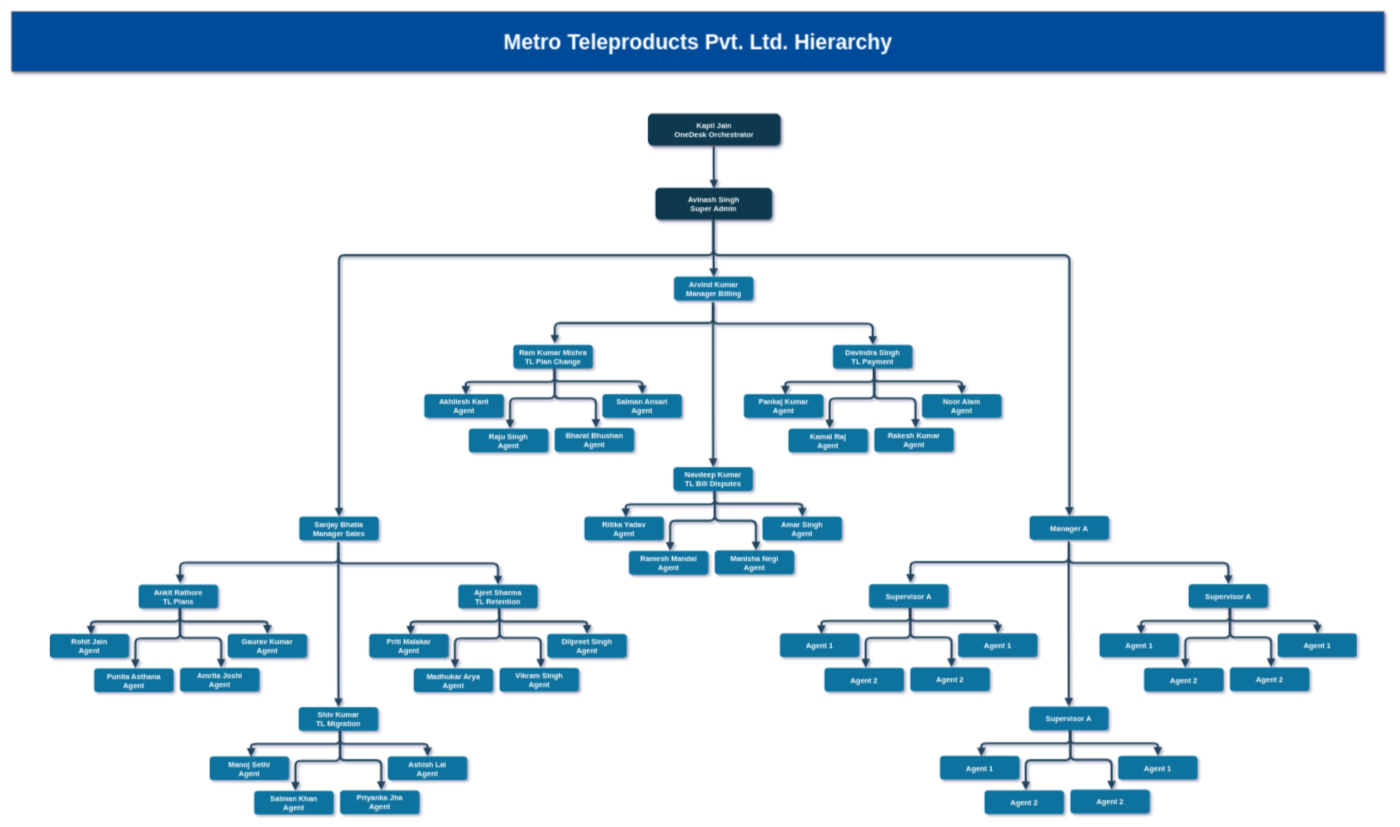
The draw.io diagram page "Metro Teleproducts Pvt. Ltd. Hierarchy" (2 of 8) of User her.drawio in Rakholia1842/ERDiagram, before the edit. Source tidied: cells renumbered, new cells numbered last; positions are measured from the earlier drawing's top-left corner, leaving out a move shared by most shapes. Both pictures are drawn from the tidied source at 53%, with x=0, y=0 at pixel (11, 11).
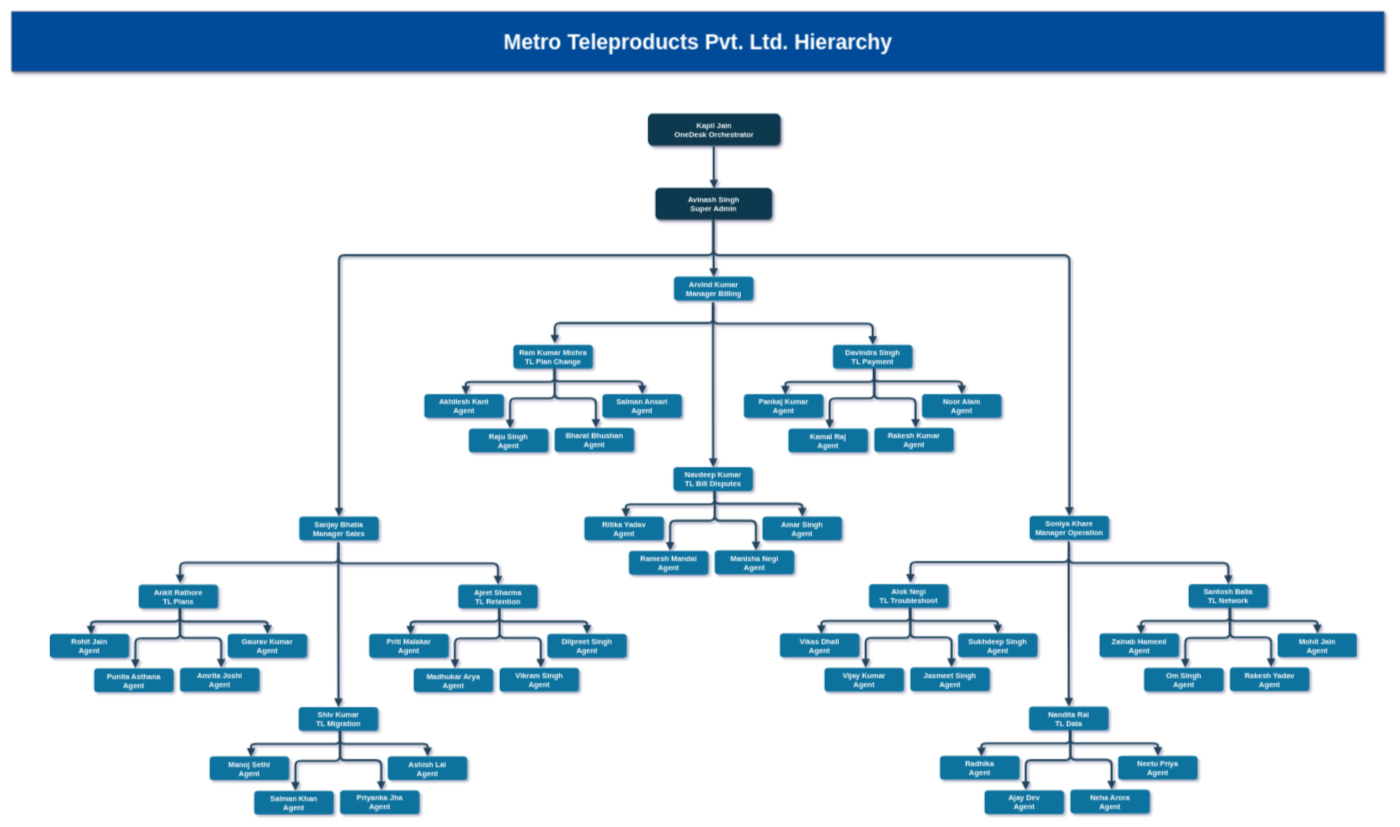
The same diagram, later.

Diff of the diagram source:
```diff
@@
-    <mxCell id="72" value="Agent 2" style="rounded=1;fillColor=#10739E;strokeColor=none;shadow=0;gradientColor=none;fontStyle=1;fontColor=#FFFFFF;fontSize=14;verticalAlign=middle;" parent="1" vertex="1">
+    <mxCell id="72" value="Vijay Kumar&#10;Agent" style="rounded=1;fillColor=#10739E;strokeColor=none;shadow=0;gradientColor=none;fontStyle=1;fontColor=#FFFFFF;fontSize=14;verticalAlign=middle;" parent="1" vertex="1">
       <mxGeometry x="1534" y="1238.5" width="150" height="45" as="geometry" />
     </mxCell>
-    <mxCell id="73" value="Supervisor A" style="rounded=1;fillColor=#10739E;strokeColor=none;shadow=0;gradientColor=none;fontStyle=1;fontColor=#FFFFFF;fontSize=14;verticalAlign=middle;" parent="1" vertex="1">
+    <mxCell id="73" value="Alok Negi&#10;TL Troubleshoot" style="rounded=1;fillColor=#10739E;strokeColor=none;shadow=0;gradientColor=none;fontStyle=1;fontColor=#FFFFFF;fontSize=14;verticalAlign=middle;" parent="1" vertex="1">
       <mxGeometry x="1618" y="1080.5" width="150" height="45" as="geometry" />
     </mxCell>
@@
-    <mxCell id="75" value="Manager A" style="rounded=1;fillColor=#10739E;strokeColor=none;shadow=0;gradientColor=none;fontStyle=1;fontColor=#FFFFFF;fontSize=14;verticalAlign=middle;" parent="1" vertex="1">
+    <mxCell id="75" value="Soniya Khare&#10;Manager Operation" style="rounded=1;fillColor=#10739E;strokeColor=none;shadow=0;gradientColor=none;fontStyle=1;fontColor=#FFFFFF;fontSize=14;verticalAlign=middle;" parent="1" vertex="1">
       <mxGeometry x="1921" y="952" width="150" height="45" as="geometry" />
     </mxCell>
@@
-    <mxCell id="77" value="Agent 1" style="rounded=1;fillColor=#10739E;strokeColor=none;shadow=0;gradientColor=none;fontStyle=1;fontColor=#FFFFFF;fontSize=14;verticalAlign=middle;" parent="1" vertex="1">
+    <mxCell id="77" value="Vikas Dhall&#10;Agent" style="rounded=1;fillColor=#10739E;strokeColor=none;shadow=0;gradientColor=none;fontStyle=1;fontColor=#FFFFFF;fontSize=14;verticalAlign=middle;" parent="1" vertex="1">
       <mxGeometry x="1450" y="1173.5" width="150" height="45" as="geometry" />
     </mxCell>
@@
-    <mxCell id="80" value="Agent 1" style="rounded=1;fillColor=#10739E;strokeColor=none;shadow=0;gradientColor=none;fontStyle=1;fontColor=#FFFFFF;fontSize=14;verticalAlign=middle;" parent="1" vertex="1">
+    <mxCell id="80" value="Sukhdeep Singh&#10;Agent" style="rounded=1;fillColor=#10739E;strokeColor=none;shadow=0;gradientColor=none;fontStyle=1;fontColor=#FFFFFF;fontSize=14;verticalAlign=middle;" parent="1" vertex="1">
       <mxGeometry x="1786" y="1173.5" width="150" height="45" as="geometry" />
     </mxCell>
-    <mxCell id="81" value="Agent 2" style="rounded=1;fillColor=#10739E;strokeColor=none;shadow=0;gradientColor=none;fontStyle=1;fontColor=#FFFFFF;fontSize=14;verticalAlign=middle;" parent="1" vertex="1">
+    <mxCell id="81" value="Jasmeet Singh&#10;Agent " style="rounded=1;fillColor=#10739E;strokeColor=none;shadow=0;gradientColor=none;fontStyle=1;fontColor=#FFFFFF;fontSize=14;verticalAlign=middle;" parent="1" vertex="1">
       <mxGeometry x="1696" y="1237.5" width="150" height="45" as="geometry" />
     </mxCell>
@@
-    <mxCell id="83" value="Agent 2" style="rounded=1;fillColor=#10739E;strokeColor=none;shadow=0;gradientColor=none;fontStyle=1;fontColor=#FFFFFF;fontSize=14;verticalAlign=middle;" parent="1" vertex="1">
+    <mxCell id="83" value="Ajay Dev&#10;Agent" style="rounded=1;fillColor=#10739E;strokeColor=none;shadow=0;gradientColor=none;fontStyle=1;fontColor=#FFFFFF;fontSize=14;verticalAlign=middle;" parent="1" vertex="1">
       <mxGeometry x="1836" y="1469.5" width="150" height="45" as="geometry" />
     </mxCell>
-    <mxCell id="84" value="Supervisor A" style="rounded=1;fillColor=#10739E;strokeColor=none;shadow=0;gradientColor=none;fontStyle=1;fontColor=#FFFFFF;fontSize=14;verticalAlign=middle;" parent="1" vertex="1">
+    <mxCell id="84" value="Nandita Rai&#10;TL Data" style="rounded=1;fillColor=#10739E;strokeColor=none;shadow=0;gradientColor=none;fontStyle=1;fontColor=#FFFFFF;fontSize=14;verticalAlign=middle;" parent="1" vertex="1">
       <mxGeometry x="1920" y="1311.5" width="150" height="45" as="geometry" />
     </mxCell>
@@
-    <mxCell id="86" value="Agent 1" style="rounded=1;fillColor=#10739E;strokeColor=none;shadow=0;gradientColor=none;fontStyle=1;fontColor=#FFFFFF;fontSize=14;verticalAlign=middle;" parent="1" vertex="1">
+    <mxCell id="86" value="Radhika&#10;Agent" style="rounded=1;fillColor=#10739E;strokeColor=none;shadow=0;gradientColor=none;fontStyle=1;fontColor=#FFFFFF;fontSize=14;verticalAlign=middle;" parent="1" vertex="1">
       <mxGeometry x="1752" y="1404.5" width="150" height="45" as="geometry" />
     </mxCell>
@@
-    <mxCell id="89" value="Agent 1" style="rounded=1;fillColor=#10739E;strokeColor=none;shadow=0;gradientColor=none;fontStyle=1;fontColor=#FFFFFF;fontSize=14;verticalAlign=middle;" parent="1" vertex="1">
+    <mxCell id="89" value="Neetu Priya&#10;Agent" style="rounded=1;fillColor=#10739E;strokeColor=none;shadow=0;gradientColor=none;fontStyle=1;fontColor=#FFFFFF;fontSize=14;verticalAlign=middle;" parent="1" vertex="1">
       <mxGeometry x="2088" y="1404.5" width="150" height="45" as="geometry" />
     </mxCell>
-    <mxCell id="90" value="Agent 2" style="rounded=1;fillColor=#10739E;strokeColor=none;shadow=0;gradientColor=none;fontStyle=1;fontColor=#FFFFFF;fontSize=14;verticalAlign=middle;" parent="1" vertex="1">
+    <mxCell id="90" value="Neha Arora&#10;Agent" style="rounded=1;fillColor=#10739E;strokeColor=none;shadow=0;gradientColor=none;fontStyle=1;fontColor=#FFFFFF;fontSize=14;verticalAlign=middle;" parent="1" vertex="1">
       <mxGeometry x="1998" y="1468.5" width="150" height="45" as="geometry" />
     </mxCell>
@@
-    <mxCell id="92" value="Agent 2" style="rounded=1;fillColor=#10739E;strokeColor=none;shadow=0;gradientColor=none;fontStyle=1;fontColor=#FFFFFF;fontSize=14;verticalAlign=middle;" parent="1" vertex="1">
+    <mxCell id="92" value="Om Singh&#10;Agent" style="rounded=1;fillColor=#10739E;strokeColor=none;shadow=0;gradientColor=none;fontStyle=1;fontColor=#FFFFFF;fontSize=14;verticalAlign=middle;" parent="1" vertex="1">
       <mxGeometry x="2137" y="1238.5" width="150" height="45" as="geometry" />
     </mxCell>
-    <mxCell id="93" value="Supervisor A" style="rounded=1;fillColor=#10739E;strokeColor=none;shadow=0;gradientColor=none;fontStyle=1;fontColor=#FFFFFF;fontSize=14;verticalAlign=middle;" parent="1" vertex="1">
+    <mxCell id="93" value="Santosh Balia&#10;TL Network" style="rounded=1;fillColor=#10739E;strokeColor=none;shadow=0;gradientColor=none;fontStyle=1;fontColor=#FFFFFF;fontSize=14;verticalAlign=middle;" parent="1" vertex="1">
       <mxGeometry x="2221" y="1080.5" width="150" height="45" as="geometry" />
     </mxCell>
@@
-    <mxCell id="95" value="Agent 1" style="rounded=1;fillColor=#10739E;strokeColor=none;shadow=0;gradientColor=none;fontStyle=1;fontColor=#FFFFFF;fontSize=14;verticalAlign=middle;" parent="1" vertex="1">
+    <mxCell id="95" value="Zainab Hameed&#10;Agent" style="rounded=1;fillColor=#10739E;strokeColor=none;shadow=0;gradientColor=none;fontStyle=1;fontColor=#FFFFFF;fontSize=14;verticalAlign=middle;" parent="1" vertex="1">
       <mxGeometry x="2053" y="1173.5" width="150" height="45" as="geometry" />
     </mxCell>
@@
-    <mxCell id="98" value="Agent 1" style="rounded=1;fillColor=#10739E;strokeColor=none;shadow=0;gradientColor=none;fontStyle=1;fontColor=#FFFFFF;fontSize=14;verticalAlign=middle;" parent="1" vertex="1">
+    <mxCell id="98" value="Mohit Jain&#10;Agent" style="rounded=1;fillColor=#10739E;strokeColor=none;shadow=0;gradientColor=none;fontStyle=1;fontColor=#FFFFFF;fontSize=14;verticalAlign=middle;" parent="1" vertex="1">
       <mxGeometry x="2389" y="1173.5" width="150" height="45" as="geometry" />
     </mxCell>
-    <mxCell id="99" value="Agent 2" style="rounded=1;fillColor=#10739E;strokeColor=none;shadow=0;gradientColor=none;fontStyle=1;fontColor=#FFFFFF;fontSize=14;verticalAlign=middle;" parent="1" vertex="1">
+    <mxCell id="99" value="Rakesh Yadav&#10;Agent" style="rounded=1;fillColor=#10739E;strokeColor=none;shadow=0;gradientColor=none;fontStyle=1;fontColor=#FFFFFF;fontSize=14;verticalAlign=middle;" parent="1" vertex="1">
       <mxGeometry x="2299" y="1237.5" width="150" height="45" as="geometry" />
     </mxCell>
```
